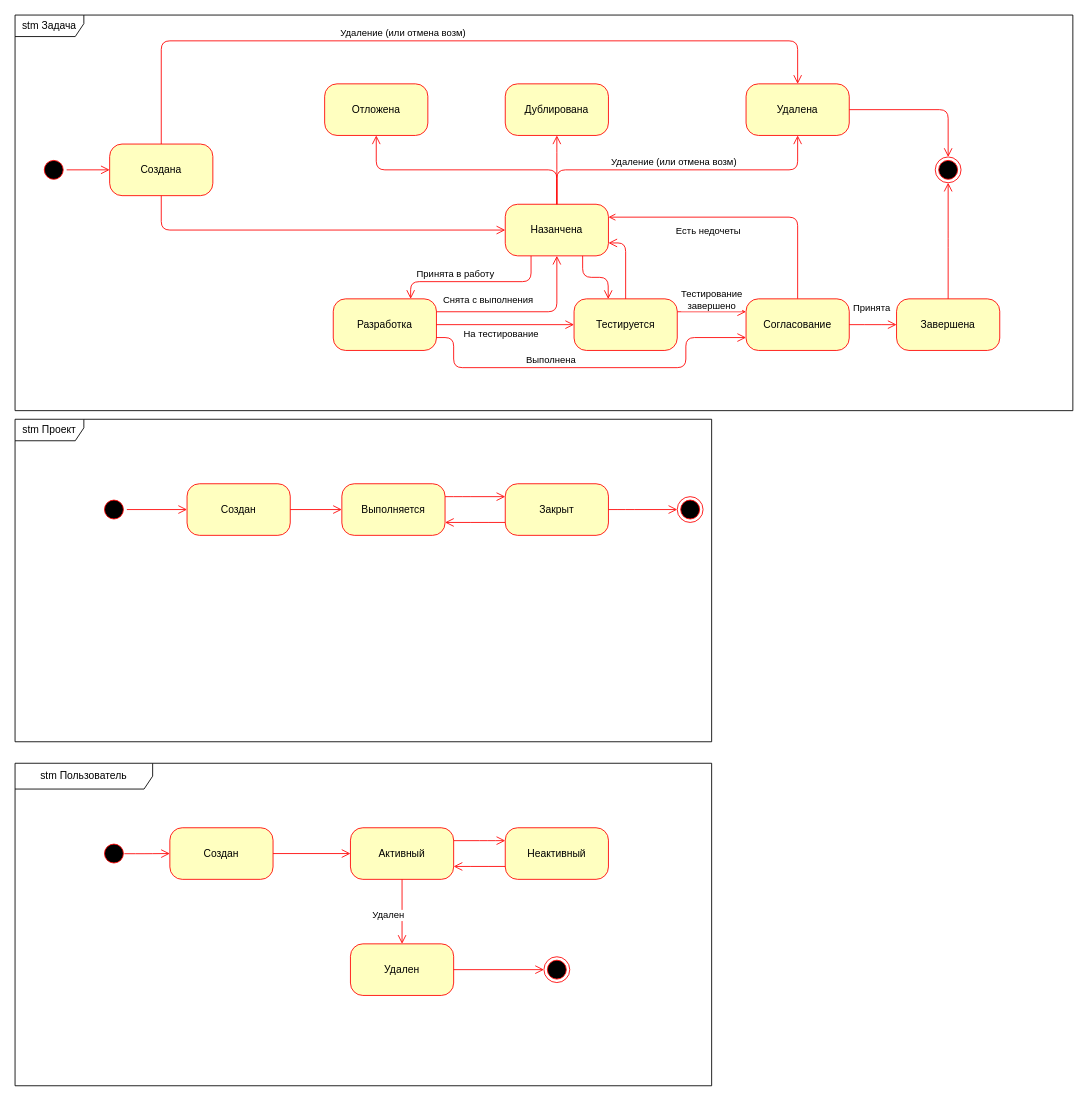
The draw.io diagram docs/diagrams/statechart/StateChart.drawio in chenko16/task-managment, before the edit. Source tidied: cells renumbered, new cells numbered last; positions are measured from the earlier drawing's top-left corner, leaving out a move shared by most shapes. Both pictures are drawn from the tidied source at 86%, with x=0, y=0 at pixel (15, 15).
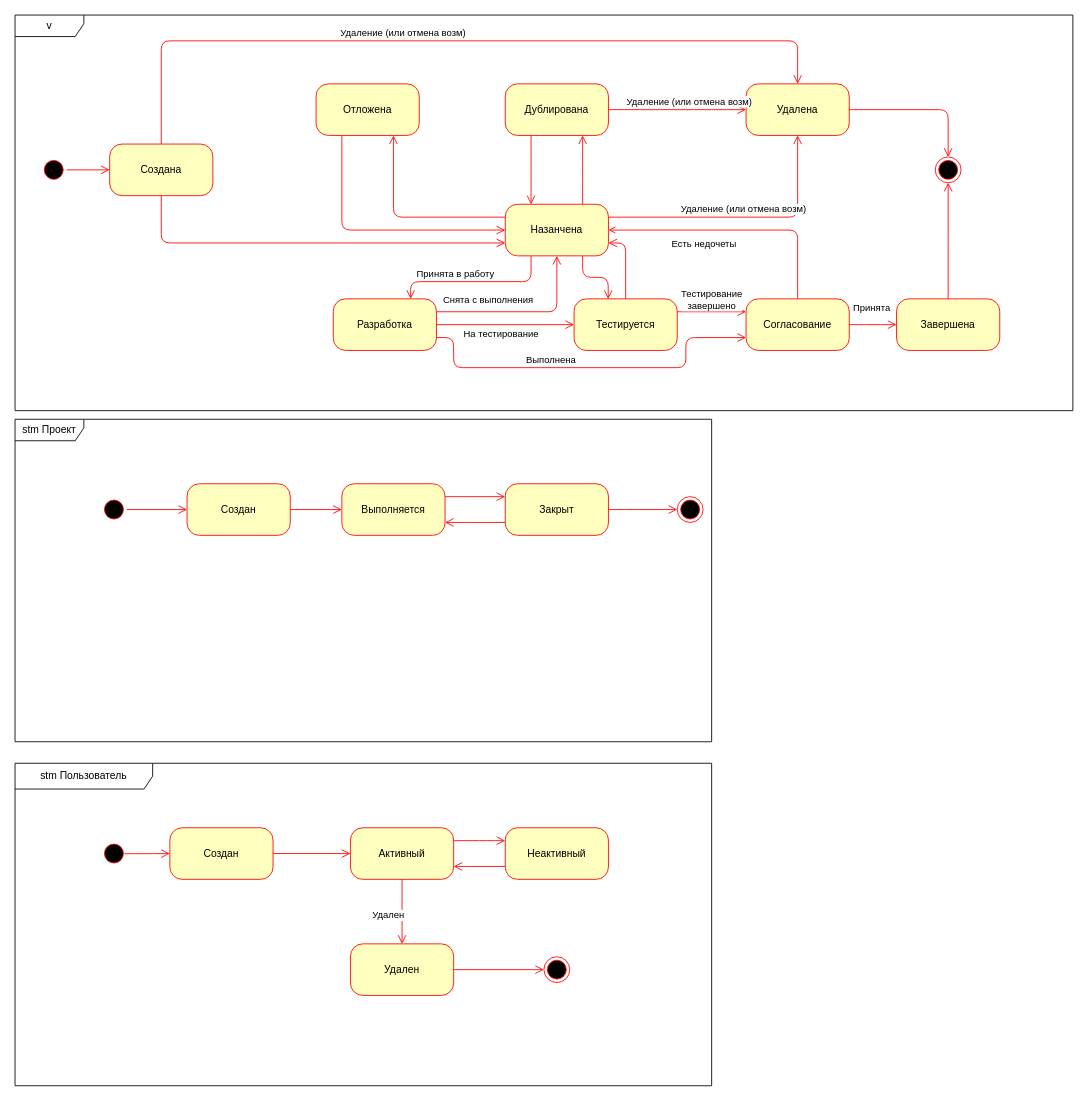
Above is the later version.

Commit message (it also covers changes not shown here):
Исправил Activity Diagram и StateChart Diagram

Unchanged cells that the change refers to:
```xml
<mxCell id="5" value="Создана" style="rounded=1;whiteSpace=wrap;html=1;arcSize=24;fillColor=#ffffc0;strokeColor=#ff0000;shadow=0;comic=0;labelBackgroundColor=none;fontFamily=Helvetica;fontSize=12;fontColor=#000000;align=center;" parent="1" vertex="1">
  <mxGeometry x="110" y="150" width="120" height="60" as="geometry" />
</mxCell>
<mxCell id="8" value="Назанчена" style="rounded=1;whiteSpace=wrap;html=1;arcSize=24;fillColor=#ffffc0;strokeColor=#ff0000;shadow=0;comic=0;labelBackgroundColor=none;fontFamily=Helvetica;fontSize=12;fontColor=#000000;align=center;" parent="1" vertex="1">
  <mxGeometry x="570" y="220" width="120" height="60" as="geometry" />
</mxCell>
<mxCell id="11" value="Согласование" style="rounded=1;whiteSpace=wrap;html=1;arcSize=24;fillColor=#ffffc0;strokeColor=#ff0000;shadow=0;comic=0;labelBackgroundColor=none;fontFamily=Helvetica;fontSize=12;fontColor=#000000;align=center;" parent="1" vertex="1">
  <mxGeometry x="850" y="330" width="120" height="60" as="geometry" />
</mxCell>
<mxCell id="27" value="Удалена" style="rounded=1;whiteSpace=wrap;html=1;arcSize=24;fillColor=#ffffc0;strokeColor=#ff0000;shadow=0;comic=0;labelBackgroundColor=none;fontFamily=Helvetica;fontSize=12;fontColor=#000000;align=center;" parent="1" vertex="1">
  <mxGeometry x="850" y="80" width="120" height="60" as="geometry" />
</mxCell>
<mxCell id="55" value="Дублирована" style="rounded=1;whiteSpace=wrap;html=1;arcSize=24;fillColor=#ffffc0;strokeColor=#ff0000;shadow=0;comic=0;labelBackgroundColor=none;fontFamily=Helvetica;fontSize=12;fontColor=#000000;align=center;" parent="1" vertex="1">
  <mxGeometry x="570" y="80" width="120" height="60" as="geometry" />
</mxCell>
```

What changed in the source:
```diff
@@
-    <mxCell id="2" value="&lt;font style=&quot;font-size: 12px&quot;&gt;stm Задача&lt;/font&gt;" style="shape=umlFrame;whiteSpace=wrap;html=1;rounded=1;shadow=0;comic=0;labelBackgroundColor=none;strokeWidth=1;fontFamily=Helvetica;fontSize=12;align=center;width=80;height=25;" parent="1" vertex="1">
+    <mxCell id="2" value="&lt;font style=&quot;font-size: 12px&quot;&gt;v&lt;/font&gt;" style="shape=umlFrame;whiteSpace=wrap;html=1;rounded=1;shadow=0;comic=0;labelBackgroundColor=none;strokeWidth=1;fontFamily=Helvetica;fontSize=12;align=center;width=80;height=25;" parent="1" vertex="1">
       <mxGeometry width="1230" height="460" as="geometry" />
     </mxCell>
@@
-    <mxCell id="6" style="edgeStyle=orthogonalEdgeStyle;html=1;exitX=1;exitY=0.25;entryX=0.5;entryY=0;labelBackgroundColor=none;endArrow=none;endSize=8;strokeColor=#ff0000;fontFamily=Helvetica;fontSize=12;align=left;startArrow=open;startFill=0;endFill=0;entryDx=0;entryDy=0;" parent="1" edge="1" source="8" target="11">
+    <mxCell id="6" style="edgeStyle=orthogonalEdgeStyle;html=1;exitX=1;exitY=0.5;entryX=0.5;entryY=0;labelBackgroundColor=none;endArrow=none;endSize=8;strokeColor=#ff0000;fontFamily=Helvetica;fontSize=12;align=left;startArrow=open;startFill=0;endFill=0;entryDx=0;entryDy=0;exitDx=0;exitDy=0;" parent="1" edge="1" source="8" target="11">
       <mxGeometry relative="1" as="geometry" />
     </mxCell>
@@
-    <mxCell id="9" style="edgeStyle=orthogonalEdgeStyle;html=1;exitX=0.5;exitY=0;labelBackgroundColor=none;endArrow=open;endSize=8;strokeColor=#ff0000;fontFamily=Helvetica;fontSize=12;align=left;exitDx=0;exitDy=0;entryX=0.5;entryY=1;entryDx=0;entryDy=0;" parent="1" edge="1" source="8" target="27">
+    <mxCell id="9" style="edgeStyle=orthogonalEdgeStyle;html=1;exitX=1;exitY=0.25;labelBackgroundColor=none;endArrow=open;endSize=8;strokeColor=#ff0000;fontFamily=Helvetica;fontSize=12;align=left;exitDx=0;exitDy=0;entryX=0.5;entryY=1;entryDx=0;entryDy=0;" parent="1" edge="1" source="8" target="27">
       <mxGeometry relative="1" as="geometry">
         <Array as="points">
-          <mxPoint x="630" y="180" />
-          <mxPoint x="910" y="180" />
+          <mxPoint x="910" y="235" />
         </Array>
       </mxGeometry>
     </mxCell>
@@
-    <mxCell id="16" style="edgeStyle=orthogonalEdgeStyle;html=1;labelBackgroundColor=none;endArrow=open;endSize=8;strokeColor=#ff0000;fontFamily=Helvetica;fontSize=12;align=left;entryX=0;entryY=0.5;" parent="1" edge="1" source="5" target="8">
+    <mxCell id="16" style="edgeStyle=orthogonalEdgeStyle;html=1;labelBackgroundColor=none;endArrow=open;endSize=8;strokeColor=#ff0000;fontFamily=Helvetica;fontSize=12;align=left;entryX=0;entryY=0.75;entryDx=0;entryDy=0;" parent="1" edge="1" source="5" target="8">
       <mxGeometry relative="1" as="geometry">
         <Array as="points">
-          <mxPoint x="170" y="250" />
+          <mxPoint x="170" y="265" />
         </Array>
       </mxGeometry>
     </mxCell>
@@
     <mxCell id="56" value="Отложена" style="rounded=1;whiteSpace=wrap;html=1;arcSize=24;fillColor=#ffffc0;strokeColor=#ff0000;shadow=0;comic=0;labelBackgroundColor=none;fontFamily=Helvetica;fontSize=12;fontColor=#000000;align=center;" parent="1" vertex="1">
-      <mxGeometry x="360" y="80" width="120" height="60" as="geometry" />
+      <mxGeometry x="350" y="80" width="120" height="60" as="geometry" />
     </mxCell>
@@
-    <mxCell id="58" style="edgeStyle=orthogonalEdgeStyle;html=1;labelBackgroundColor=none;endArrow=open;endSize=8;strokeColor=#ff0000;fontFamily=Helvetica;fontSize=12;align=left;entryX=0.5;entryY=1;exitX=0.5;exitY=0;exitDx=0;exitDy=0;entryDx=0;entryDy=0;" parent="1" edge="1" source="8" target="55">
+    <mxCell id="58" style="edgeStyle=orthogonalEdgeStyle;html=1;labelBackgroundColor=none;endArrow=open;endSize=8;strokeColor=#ff0000;fontFamily=Helvetica;fontSize=12;align=left;entryX=0.75;entryY=1;entryDx=0;entryDy=0;" parent="1" edge="1" target="55">
       <mxGeometry relative="1" as="geometry">
+        <mxPoint x="660" y="220" as="sourcePoint" />
         <Array as="points">
-          <mxPoint x="630" y="170" />
-          <mxPoint x="630" y="170" />
+          <mxPoint x="660" y="180" />
+          <mxPoint x="660" y="180" />
         </Array>
       </mxGeometry>
     </mxCell>
-    <mxCell id="59" style="edgeStyle=orthogonalEdgeStyle;html=1;labelBackgroundColor=none;endArrow=open;endSize=8;strokeColor=#ff0000;fontFamily=Helvetica;fontSize=12;align=left;entryX=0.5;entryY=1;exitX=0.5;exitY=0;exitDx=0;exitDy=0;entryDx=0;entryDy=0;" parent="1" edge="1" source="8" target="56">
+    <mxCell id="59" style="edgeStyle=orthogonalEdgeStyle;html=1;labelBackgroundColor=none;endArrow=open;endSize=8;strokeColor=#ff0000;fontFamily=Helvetica;fontSize=12;align=left;entryX=0.75;entryY=1;entryDx=0;entryDy=0;exitX=0;exitY=0.25;exitDx=0;exitDy=0;" parent="1" edge="1" source="8" target="56">
       <mxGeometry relative="1" as="geometry">
         <Array as="points">
-          <mxPoint x="630" y="180" />
-          <mxPoint x="420" y="180" />
+          <mxPoint x="440" y="235" />
         </Array>
       </mxGeometry>
     </mxCell>
@@
+    <mxCell id="65" style="edgeStyle=orthogonalEdgeStyle;html=1;exitX=1;exitY=0.5;labelBackgroundColor=none;endArrow=open;endSize=8;strokeColor=#ff0000;fontFamily=Helvetica;fontSize=12;align=left;exitDx=0;exitDy=0;entryX=0;entryY=0.5;entryDx=0;entryDy=0;" parent="1" edge="1" source="55" target="27">
+      <mxGeometry relative="1" as="geometry">
+        <Array as="points">
+          <mxPoint x="800" y="110" />
+          <mxPoint x="800" y="110" />
+        </Array>
+      </mxGeometry>
+    </mxCell>
+    <mxCell id="66" value="Удаление (или отмена возм)" style="edgeLabel;html=1;align=center;verticalAlign=middle;fontFamily=Helvetica;" parent="65" vertex="1">
+      <mxGeometry x="-0.18" y="-2" relative="1" as="geometry">
+        <mxPoint x="27.2" y="-12" as="offset" />
+      </mxGeometry>
+    </mxCell>
+    <mxCell id="67" style="edgeStyle=orthogonalEdgeStyle;html=1;labelBackgroundColor=none;endArrow=open;endSize=8;strokeColor=#ff0000;fontFamily=Helvetica;fontSize=12;align=left;entryX=0.25;entryY=0;entryDx=0;entryDy=0;exitX=0.25;exitY=1;exitDx=0;exitDy=0;" parent="1" edge="1" source="55" target="8">
+      <mxGeometry relative="1" as="geometry">
+        <Array as="points">
+          <mxPoint x="600" y="190" />
+          <mxPoint x="600" y="190" />
+        </Array>
+      </mxGeometry>
+    </mxCell>
+    <mxCell id="68" style="edgeStyle=orthogonalEdgeStyle;html=1;labelBackgroundColor=none;endArrow=open;endSize=8;strokeColor=#ff0000;fontFamily=Helvetica;fontSize=12;align=left;entryX=0;entryY=0.5;entryDx=0;entryDy=0;exitX=0.25;exitY=1;exitDx=0;exitDy=0;" parent="1" edge="1" source="56" target="8">
+      <mxGeometry relative="1" as="geometry">
+        <Array as="points">
+          <mxPoint x="380" y="250" />
+        </Array>
+      </mxGeometry>
+    </mxCell>
```
